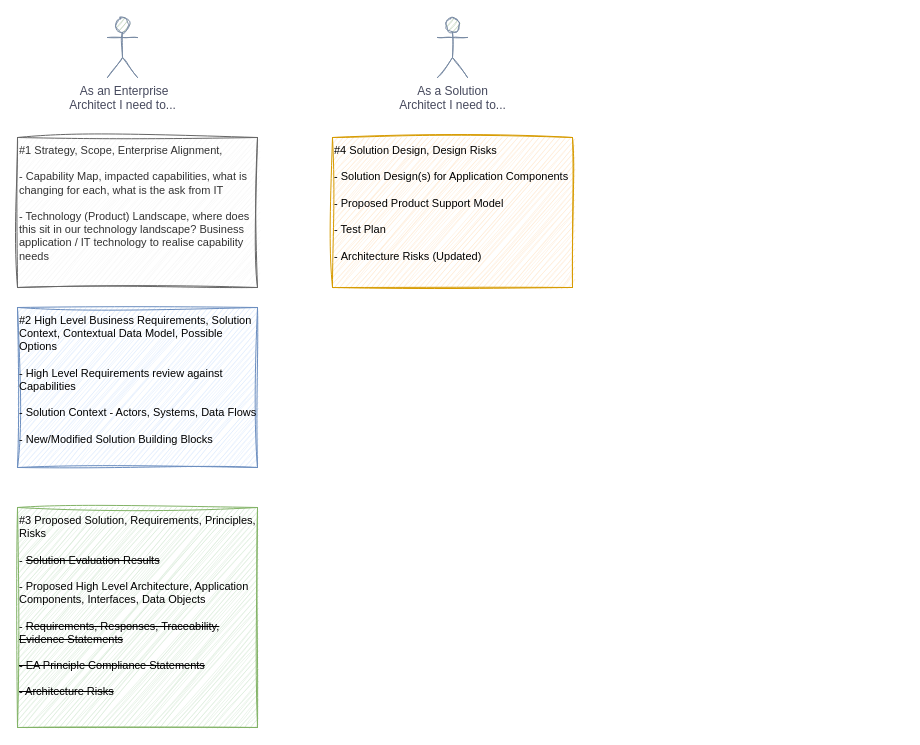
The draw.io diagram page "EA Scenarios" (3 of 3) of TOM Management.drawio in martinlt/reference, before the edit. Source tidied: cells renumbered, new cells numbered last; positions are measured from the earlier drawing's top-left corner, leaving out a move shared by most shapes. Both pictures are drawn from the tidied source at 100%, with x=0, y=0 at pixel (17, 17).
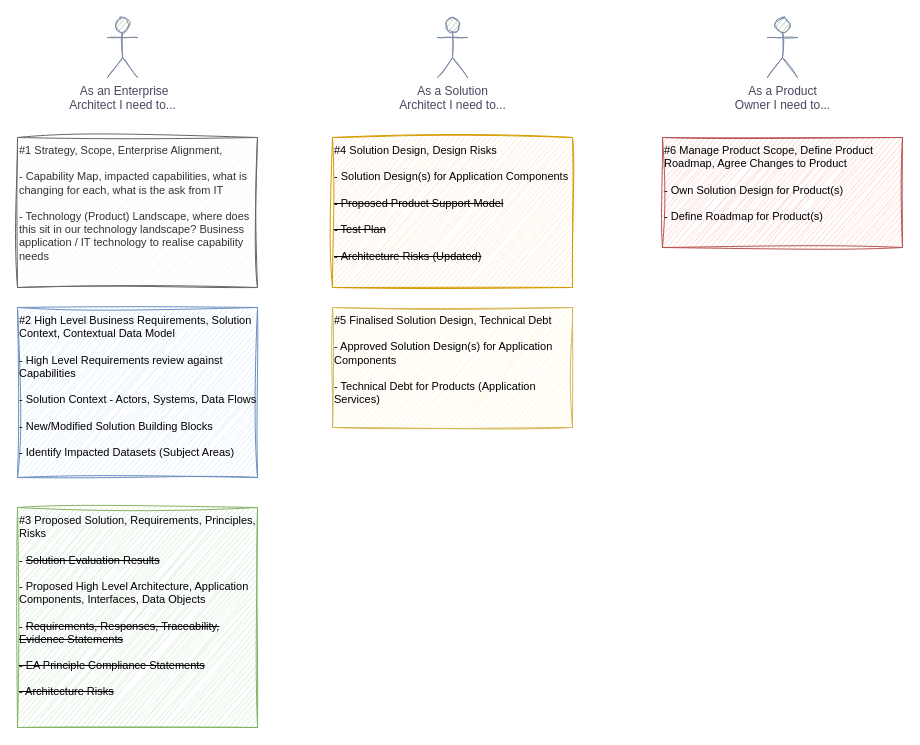
The same diagram, later.

Change to the diagram source:
```diff
@@
 <mxGraphModel>
   <root>
     <mxCell id="0" />
     <mxCell id="1" parent="0" />
     <mxCell id="2" value="#1 Strategy, Scope, Enterprise Alignment,&lt;br style=&quot;font-size: 11px;&quot;&gt;&lt;br style=&quot;font-size: 11px;&quot;&gt;- Capability Map, impacted capabilities, what is changing for each, what is the ask from IT&lt;br style=&quot;font-size: 11px;&quot;&gt;&lt;br style=&quot;font-size: 11px;&quot;&gt;- Technology (Product) Landscape, where does this sit in our technology landscape? Business application / IT technology to realise capability needs&lt;br&gt;" style="text;html=1;strokeColor=#666666;fillColor=#f5f5f5;align=left;verticalAlign=top;whiteSpace=wrap;rounded=0;fontSize=11;fontColor=#333333;sketch=1;curveFitting=1;jiggle=2;" parent="1" vertex="1">
       <mxGeometry y="120" width="240" height="150" as="geometry" />
     </mxCell>
-    <mxCell id="3" value="#2 High Level Business Requirements, Solution Context, Contextual Data Model, Possible Options&lt;br style=&quot;font-size: 11px;&quot;&gt;&lt;br style=&quot;font-size: 11px;&quot;&gt;- High Level Requirements review against Capabilities&lt;br style=&quot;font-size: 11px;&quot;&gt;&lt;br style=&quot;font-size: 11px;&quot;&gt;- Solution Context - Actors, Systems, Data Flows&lt;br&gt;&lt;br&gt;- New/Modified Solution Building Blocks" style="text;html=1;strokeColor=#6c8ebf;fillColor=#dae8fc;align=left;verticalAlign=top;whiteSpace=wrap;rounded=0;fontSize=11;sketch=1;curveFitting=1;jiggle=2;" parent="1" vertex="1">
-      <mxGeometry y="290" width="240" height="160" as="geometry" />
+    <mxCell id="3" value="#2 High Level Business Requirements, Solution Context, Contextual Data Model&lt;br style=&quot;font-size: 11px;&quot;&gt;&lt;br style=&quot;font-size: 11px;&quot;&gt;- High Level Requirements review against Capabilities&lt;br style=&quot;font-size: 11px;&quot;&gt;&lt;br style=&quot;font-size: 11px;&quot;&gt;- Solution Context - Actors, Systems, Data Flows&lt;br&gt;&lt;br&gt;- New/Modified Solution Building Blocks&lt;br&gt;&lt;br&gt;- Identify Impacted Datasets (Subject Areas)" style="text;html=1;strokeColor=#6c8ebf;fillColor=#dae8fc;align=left;verticalAlign=top;whiteSpace=wrap;rounded=0;fontSize=11;sketch=1;curveFitting=1;jiggle=2;" parent="1" vertex="1">
+      <mxGeometry y="290" width="240" height="170" as="geometry" />
     </mxCell>
     <mxCell id="4" value="#3 Proposed Solution, Requirements, Principles, Risks&lt;br style=&quot;font-size: 11px;&quot;&gt;&lt;br&gt;- &lt;strike&gt;Solution Evaluation Results&lt;/strike&gt;&lt;br&gt;&lt;br style=&quot;font-size: 11px;&quot;&gt;- Proposed High Level Architecture, Application Components, Interfaces, Data Objects&lt;br style=&quot;font-size: 11px;&quot;&gt;&lt;br style=&quot;font-size: 11px;&quot;&gt;- &lt;strike&gt;Requirements, Responses, Traceability, Evidence Statements&lt;/strike&gt;&lt;br&gt;&lt;br&gt;&lt;strike&gt;- EA Principle Compliance Statements&lt;/strike&gt;&lt;br&gt;&lt;br&gt;&lt;strike&gt;- Architecture Risks&lt;/strike&gt;" style="text;html=1;strokeColor=#82b366;fillColor=#d5e8d4;align=left;verticalAlign=top;whiteSpace=wrap;rounded=0;fontSize=11;sketch=1;curveFitting=1;jiggle=2;" parent="1" vertex="1">
       <mxGeometry y="490" width="240" height="220" as="geometry" />
     </mxCell>
     <mxCell id="5" value="&amp;nbsp;As an Enterprise&lt;br&gt;Architect I need to..." style="shape=umlActor;verticalLabelPosition=bottom;verticalAlign=top;html=1;rounded=0;sketch=1;fillColor=#B2C9AB;strokeColor=#788AA3;fontColor=#46495D;" parent="1" vertex="1">
       <mxGeometry x="90" width="30" height="60" as="geometry" />
     </mxCell>
     <mxCell id="6" value="As a Solution&lt;br&gt;Architect I need to..." style="shape=umlActor;verticalLabelPosition=bottom;verticalAlign=top;html=1;rounded=0;sketch=1;fillColor=#B2C9AB;strokeColor=#788AA3;fontColor=#46495D;" parent="1" vertex="1">
       <mxGeometry x="420" width="30" height="60" as="geometry" />
     </mxCell>
-    <mxCell id="7" value="#4 Solution Design, Design Risks&lt;br style=&quot;font-size: 11px;&quot;&gt;&lt;br&gt;- Solution Design(s) for Application Components&lt;br&gt;&lt;br style=&quot;font-size: 11px;&quot;&gt;- Proposed Product Support Model&lt;br style=&quot;font-size: 11px;&quot;&gt;&lt;br style=&quot;font-size: 11px;&quot;&gt;- Test Plan&lt;br&gt;&lt;br&gt;-&amp;nbsp;Architecture Risks (Updated)" style="text;html=1;strokeColor=#d79b00;fillColor=#ffe6cc;align=left;verticalAlign=top;whiteSpace=wrap;rounded=0;fontSize=11;sketch=1;curveFitting=1;jiggle=2;" parent="1" vertex="1">
+    <mxCell id="7" value="#4 Solution Design, Design Risks&lt;br style=&quot;font-size: 11px;&quot;&gt;&lt;br&gt;- Solution Design(s) for Application Components&lt;br&gt;&lt;br style=&quot;font-size: 11px;&quot;&gt;&lt;strike&gt;- Proposed Product Support Model&lt;/strike&gt;&lt;br style=&quot;font-size: 11px;&quot;&gt;&lt;br style=&quot;font-size: 11px;&quot;&gt;&lt;strike&gt;- Test Plan&lt;br&gt;&lt;/strike&gt;&lt;br&gt;&lt;strike&gt;-&amp;nbsp;Architecture Risks (Updated)&lt;/strike&gt;" style="text;html=1;strokeColor=#d79b00;fillColor=#ffe6cc;align=left;verticalAlign=top;whiteSpace=wrap;rounded=0;fontSize=11;sketch=1;curveFitting=1;jiggle=2;" parent="1" vertex="1">
       <mxGeometry x="315" y="120" width="240" height="150" as="geometry" />
     </mxCell>
+    <mxCell id="8" value="#5 Finalised Solution Design, Technical Debt&lt;br style=&quot;font-size: 11px;&quot;&gt;&lt;br&gt;- Approved Solution Design(s) for Application Components&lt;br&gt;&lt;br style=&quot;font-size: 11px;&quot;&gt;- Technical Debt for Products (Application Services)&lt;br style=&quot;font-size: 11px;&quot;&gt;" style="text;html=1;strokeColor=#d6b656;fillColor=#fff2cc;align=left;verticalAlign=top;whiteSpace=wrap;rounded=0;fontSize=11;sketch=1;curveFitting=1;jiggle=2;" parent="1" vertex="1">
+      <mxGeometry x="315" y="290" width="240" height="120" as="geometry" />
+    </mxCell>
+    <mxCell id="9" value="As a Product&lt;br&gt;Owner I need to..." style="shape=umlActor;verticalLabelPosition=bottom;verticalAlign=top;html=1;rounded=0;sketch=1;fillColor=#B2C9AB;strokeColor=#788AA3;fontColor=#46495D;" parent="1" vertex="1">
+      <mxGeometry x="750" width="30" height="60" as="geometry" />
+    </mxCell>
+    <mxCell id="10" value="#6 Manage Product Scope, Define Product Roadmap, Agree Changes to Product&lt;br style=&quot;font-size: 11px;&quot;&gt;&lt;br&gt;- Own Solution Design for Product(s)&lt;br&gt;&lt;br&gt;- Define Roadmap for Product(s)" style="text;html=1;strokeColor=#b85450;fillColor=#f8cecc;align=left;verticalAlign=top;whiteSpace=wrap;rounded=0;fontSize=11;sketch=1;curveFitting=1;jiggle=2;" parent="1" vertex="1">
+      <mxGeometry x="645" y="120" width="240" height="110" as="geometry" />
+    </mxCell>
   </root>
 </mxGraphModel>
```
